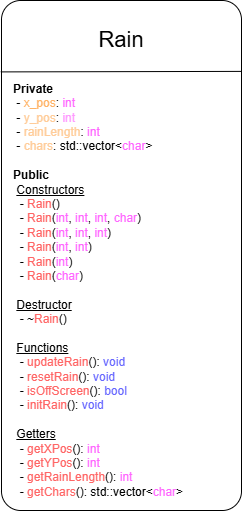
The draw.io diagram docs/assets/images/umlDiag.png in jAlbright02/Digital_Rain_Cpp, before a commit. Source tidied: cells renumbered, new cells last; positions are measured from the earlier drawing's top-left corner, leaving out a move shared by most shapes.
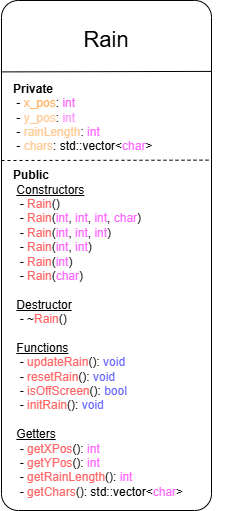
After the change.

Diff of the diagram source:
```diff
@@ -3,16 +3,21 @@
     <mxCell id="0" />
     <mxCell id="1" parent="0" />
     <mxCell id="2" style="rounded=1;whiteSpace=wrap;html=1;arcSize=8;" parent="1" vertex="1">
-      <mxGeometry width="240" height="510" as="geometry" />
+      <mxGeometry width="210" height="510" as="geometry" />
     </mxCell>
     <mxCell id="3" style="endArrow=none;html=1;rounded=0;exitX=-0.003;exitY=0.14;exitDx=0;exitDy=0;exitPerimeter=0;entryX=1;entryY=0.139;entryDx=0;entryDy=0;entryPerimeter=0;" parent="1" edge="1" source="2" target="2">
       <mxGeometry relative="1" as="geometry" />
     </mxCell>
     <mxCell id="4" value="&lt;font style=&quot;font-size: 22px;&quot;&gt;Rain&lt;/font&gt;" style="text;html=1;align=center;verticalAlign=middle;whiteSpace=wrap;rounded=0;" parent="1" vertex="1">
-      <mxGeometry x="20" y="20" width="200" height="40" as="geometry" />
+      <mxGeometry x="5" y="20" width="200" height="40" as="geometry" />
     </mxCell>
     <mxCell id="5" value="&lt;b&gt;Private&lt;/b&gt;&lt;div&gt;&amp;nbsp;- &lt;font style=&quot;color: rgb(255, 179, 102);&quot;&gt;x_pos&lt;/font&gt;: &lt;font style=&quot;color: rgb(255, 102, 255);&quot;&gt;int&lt;/font&gt;&lt;/div&gt;&lt;div&gt;&amp;nbsp;- &lt;font style=&quot;color: rgb(255, 204, 153);&quot;&gt;y_pos&lt;/font&gt;: &lt;font style=&quot;color: rgb(255, 153, 255);&quot;&gt;int&lt;/font&gt;&lt;/div&gt;&lt;div&gt;&amp;nbsp;&lt;span style=&quot;background-color: transparent; color: light-dark(rgb(0, 0, 0), rgb(255, 255, 255));&quot;&gt;- &lt;/span&gt;&lt;font style=&quot;color: rgb(255, 204, 153);&quot;&gt;&lt;span style=&quot;background-color: transparent;&quot;&gt;rainLengt&lt;/span&gt;&lt;span style=&quot;background-color: transparent;&quot;&gt;h&lt;/span&gt;&lt;/font&gt;&lt;span style=&quot;background-color: transparent; color: light-dark(rgb(0, 0, 0), rgb(255, 255, 255));&quot;&gt;: &lt;/span&gt;&lt;span style=&quot;background-color: transparent;&quot;&gt;&lt;font style=&quot;color: light-dark(rgb(255, 102, 255), rgb(255, 255, 255));&quot;&gt;int&lt;/font&gt;&lt;/span&gt;&lt;/div&gt;&lt;div&gt;&lt;span style=&quot;background-color: transparent; color: light-dark(rgb(0, 0, 0), rgb(255, 255, 255));&quot;&gt;&amp;nbsp;&lt;/span&gt;&lt;span style=&quot;background-color: transparent; color: light-dark(rgb(0, 0, 0), rgb(255, 255, 255));&quot;&gt;- &lt;/span&gt;&lt;span style=&quot;background-color: transparent;&quot;&gt;&lt;font style=&quot;color: light-dark(rgb(255, 204, 153), rgb(255, 255, 255));&quot;&gt;chars&lt;/font&gt;&lt;/span&gt;&lt;span style=&quot;background-color: transparent; color: light-dark(rgb(0, 0, 0), rgb(255, 255, 255));&quot;&gt;: std::vector&amp;lt;&lt;/span&gt;&lt;span style=&quot;background-color: transparent;&quot;&gt;&lt;font style=&quot;color: light-dark(rgb(255, 102, 255), rgb(255, 255, 255));&quot;&gt;char&lt;/font&gt;&lt;/span&gt;&lt;span style=&quot;background-color: transparent; color: light-dark(rgb(0, 0, 0), rgb(255, 255, 255));&quot;&gt;&amp;gt;&lt;/span&gt;&lt;/div&gt;&lt;div&gt;&lt;span style=&quot;background-color: transparent; color: light-dark(rgb(0, 0, 0), rgb(255, 255, 255));&quot;&gt;&lt;br&gt;&lt;/span&gt;&lt;/div&gt;&lt;div&gt;&lt;span style=&quot;background-color: transparent; color: light-dark(rgb(0, 0, 0), rgb(255, 255, 255));&quot;&gt;&lt;b&gt;Public&lt;/b&gt;&lt;/span&gt;&lt;/div&gt;&lt;div&gt;&amp;nbsp;&lt;u&gt;Constructors&lt;/u&gt;&lt;/div&gt;&lt;div&gt;&amp;nbsp; - &lt;font style=&quot;color: rgb(255, 102, 102);&quot;&gt;Rain&lt;/font&gt;()&lt;/div&gt;&lt;div&gt;&amp;nbsp; - &lt;font style=&quot;color: rgb(255, 102, 102);&quot;&gt;Rain&lt;/font&gt;(&lt;font style=&quot;color: rgb(255, 102, 255);&quot;&gt;int&lt;/font&gt;, &lt;font style=&quot;color: rgb(255, 102, 255);&quot;&gt;int&lt;/font&gt;, &lt;font style=&quot;color: rgb(255, 102, 255);&quot;&gt;int&lt;/font&gt;, &lt;font style=&quot;color: rgb(255, 102, 255);&quot;&gt;char&lt;/font&gt;)&lt;/div&gt;&lt;div&gt;&amp;nbsp; - &lt;font style=&quot;color: rgb(255, 102, 102);&quot;&gt;Rain&lt;/font&gt;(&lt;font style=&quot;color: rgb(255, 102, 255);&quot;&gt;int&lt;/font&gt;, &lt;font style=&quot;color: rgb(255, 102, 255);&quot;&gt;int&lt;/font&gt;, &lt;font style=&quot;color: rgb(255, 102, 255);&quot;&gt;int&lt;/font&gt;)&lt;/div&gt;&lt;div&gt;&amp;nbsp; - &lt;font style=&quot;color: rgb(255, 102, 102);&quot;&gt;Rain&lt;/font&gt;(&lt;font style=&quot;color: rgb(255, 102, 255);&quot;&gt;int&lt;/font&gt;, &lt;font style=&quot;color: rgb(255, 102, 255);&quot;&gt;int&lt;/font&gt;)&lt;/div&gt;&lt;div&gt;&amp;nbsp; - &lt;font style=&quot;color: rgb(255, 102, 102);&quot;&gt;Rain&lt;/font&gt;(&lt;font style=&quot;color: rgb(255, 102, 255);&quot;&gt;int&lt;/font&gt;)&lt;/div&gt;&lt;div&gt;&amp;nbsp; - &lt;font style=&quot;color: rgb(255, 102, 102);&quot;&gt;Rain&lt;/font&gt;(&lt;font style=&quot;color: rgb(255, 102, 255);&quot;&gt;char&lt;/font&gt;)&lt;/div&gt;&lt;div&gt;&lt;br&gt;&lt;/div&gt;&lt;div&gt;&amp;nbsp;&lt;u&gt;Destructor&lt;/u&gt;&lt;/div&gt;&lt;div&gt;&amp;nbsp; - ~&lt;font style=&quot;color: rgb(255, 102, 102);&quot;&gt;Rain&lt;/font&gt;()&lt;/div&gt;&lt;div&gt;&lt;br&gt;&lt;/div&gt;&lt;div&gt;&amp;nbsp;&lt;u&gt;Functions&lt;/u&gt;&lt;/div&gt;&lt;div&gt;&amp;nbsp; - &lt;font style=&quot;color: rgb(255, 102, 102);&quot;&gt;updateRain&lt;/font&gt;(): &lt;font style=&quot;color: rgb(102, 102, 255);&quot;&gt;void&amp;nbsp;&lt;/font&gt;&lt;/div&gt;&lt;div&gt;&amp;nbsp; - &lt;font style=&quot;color: rgb(255, 102, 102);&quot;&gt;resetRain&lt;/font&gt;(): &lt;font style=&quot;color: rgb(102, 102, 255);&quot;&gt;void&lt;/font&gt;&lt;/div&gt;&lt;div&gt;&amp;nbsp; - &lt;font style=&quot;color: rgb(255, 102, 102);&quot;&gt;isOffScreen&lt;/font&gt;(): &lt;font style=&quot;color: rgb(102, 102, 255);&quot;&gt;bool&lt;/font&gt;&lt;/div&gt;&lt;div&gt;&amp;nbsp; - &lt;font style=&quot;color: rgb(255, 102, 102);&quot;&gt;initRain&lt;/font&gt;(): &lt;font style=&quot;color: rgb(102, 102, 255);&quot;&gt;void&lt;/font&gt;&lt;/div&gt;&lt;div&gt;&amp;nbsp;&lt;/div&gt;&lt;div&gt;&amp;nbsp;&lt;u&gt;Getters&lt;/u&gt;&lt;/div&gt;&lt;div&gt;&amp;nbsp; - &lt;font style=&quot;color: rgb(255, 102, 102);&quot;&gt;getXPos&lt;/font&gt;(): &lt;font style=&quot;color: rgb(255, 102, 255);&quot;&gt;int&lt;/font&gt;&lt;/div&gt;&lt;div&gt;&amp;nbsp; - &lt;font style=&quot;color: rgb(255, 102, 102);&quot;&gt;getYPos&lt;/font&gt;(): &lt;font style=&quot;color: rgb(255, 102, 255);&quot;&gt;int&lt;/font&gt;&lt;/div&gt;&lt;div&gt;&amp;nbsp; - &lt;font style=&quot;color: rgb(255, 102, 102);&quot;&gt;getRainLength&lt;/font&gt;(): &lt;font style=&quot;color: rgb(255, 102, 255);&quot;&gt;int&lt;/font&gt;&lt;/div&gt;&lt;div&gt;&amp;nbsp; - &lt;font style=&quot;color: rgb(255, 102, 102);&quot;&gt;getChars&lt;/font&gt;(): std::vector&amp;lt;&lt;font style=&quot;color: rgb(255, 102, 255);&quot;&gt;char&lt;/font&gt;&amp;gt;&lt;/div&gt;" style="text;html=1;align=left;verticalAlign=middle;whiteSpace=wrap;rounded=0;" parent="1" vertex="1">
       <mxGeometry x="10" y="140" width="220" height="300" as="geometry" />
     </mxCell>
+    <mxCell id="6" style="endArrow=none;dashed=1;html=1;strokeWidth=1;rounded=0;entryX=0.996;entryY=0.313;entryDx=0;entryDy=0;entryPerimeter=0;" parent="1" edge="1" target="2">
+      <mxGeometry relative="1" as="geometry">
+        <mxPoint y="160" as="sourcePoint" />
+      </mxGeometry>
+    </mxCell>
   </root>
 </mxGraphModel>
```
